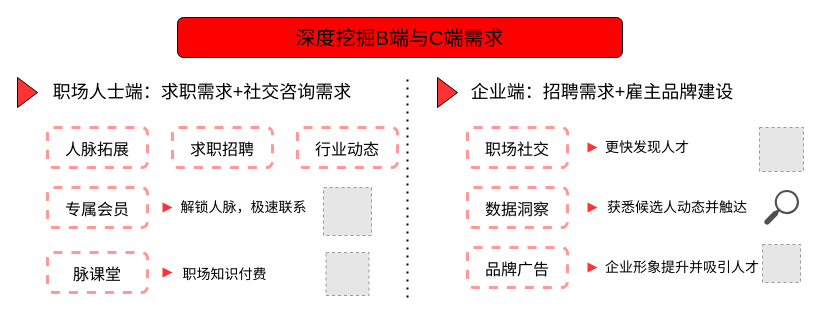
Before: page "脉脉" (9 of 9) of zhongxin1.drawio in Wenxuan-Xiao/ai20projects, a draw.io diagram. Source tidied: cells renumbered, new cells numbered last; positions are measured from the earlier drawing's top-left corner, leaving out a move shared by most shapes. Both pictures are drawn from the tidied source at 100%, with x=0, y=0 at pixel (17, 17). Pictures stored in the file or linked from it are replaced by grey dashed boxes.
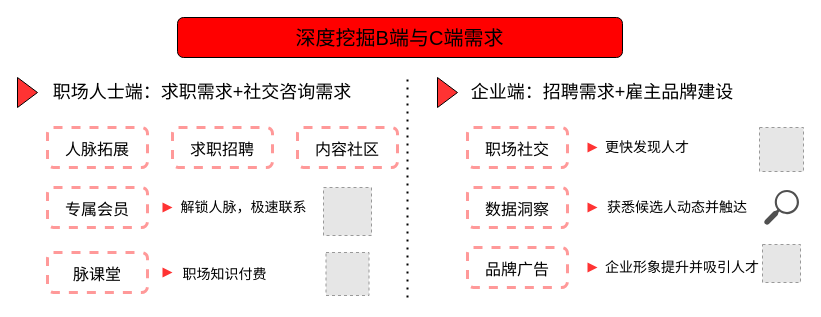
The same page after the edit.

What changed in the source:
```diff
@@
-    <mxCell id="7" value="&lt;font style=&quot;font-size: 16px&quot;&gt;行业动态&lt;/font&gt;" style="rounded=1;whiteSpace=wrap;html=1;fontFamily=黑体;fontSize=20;dashed=1;strokeColor=#FF9999;fillColor=none;strokeWidth=3;" parent="1" vertex="1">
+    <mxCell id="7" value="&lt;font style=&quot;font-size: 16px&quot;&gt;内容社区&lt;/font&gt;" style="rounded=1;whiteSpace=wrap;html=1;fontFamily=黑体;fontSize=20;dashed=1;strokeColor=#FF9999;fillColor=none;strokeWidth=3;" parent="1" vertex="1">
       <mxGeometry x="280" y="110" width="100" height="40" as="geometry" />
     </mxCell>
```
